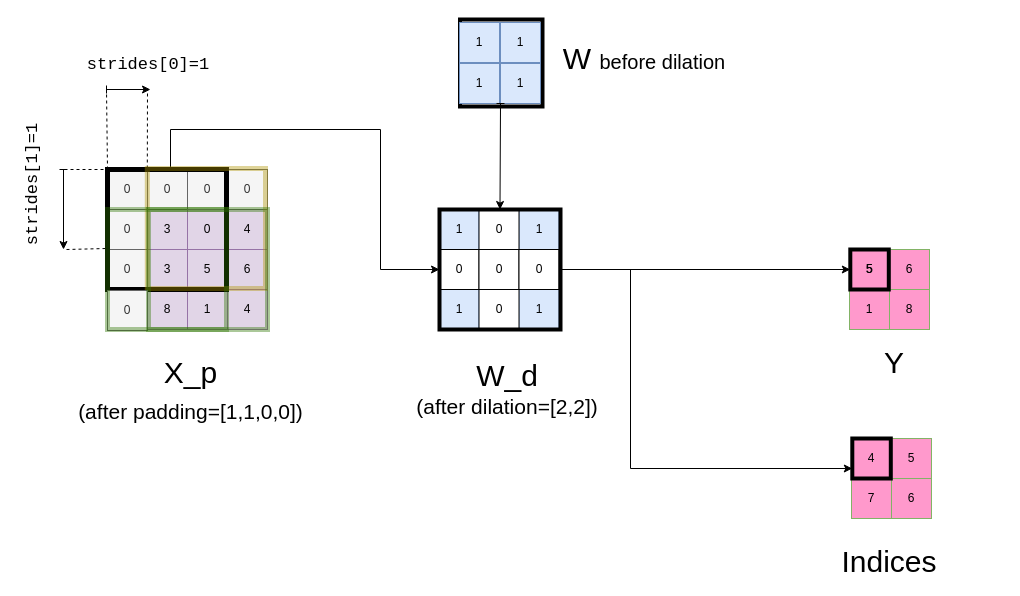
onnx/working-groups keeps this draw.io diagram as page "MaxPool with dilation" (1 of 7) of safety-related-profile/sonnx/ops/spec/informal/maxpool/assets/drawio/onnx_maxpool.drawio. Above is the earlier version. Source tidied: cells renumbered, new cells numbered last; positions are measured from the earlier drawing's top-left corner, leaving out a move shared by most shapes. Both pictures are drawn from the tidied source at 100%, with x=0, y=0 at pixel (2, 19).
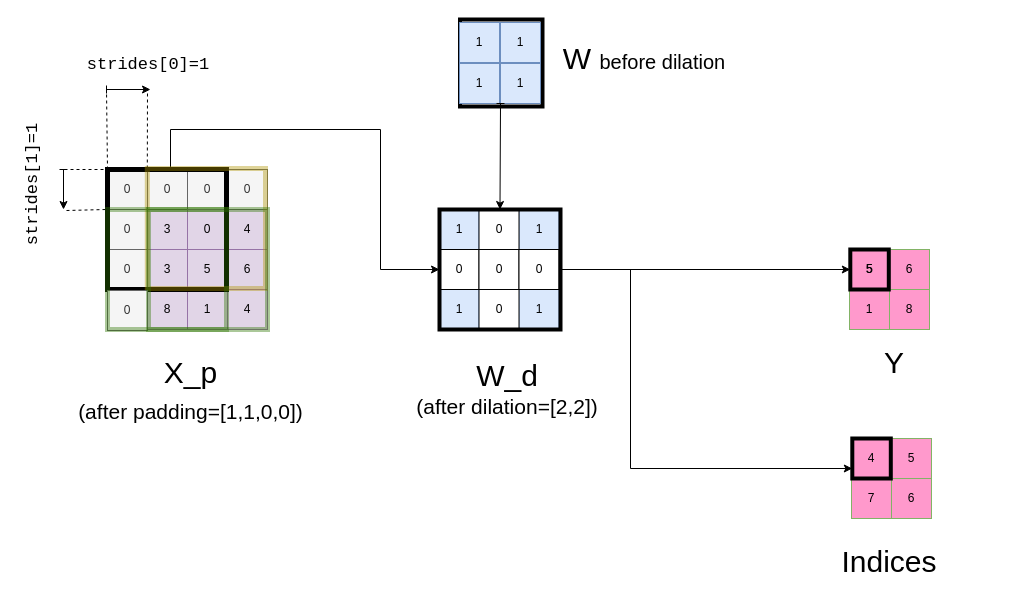
The same diagram, later.

Unchanged cells that the change refers to:
```xml
<mxCell id="63" style="rounded=0;whiteSpace=wrap;html=1;fillColor=none;strokeWidth=5;opacity=40;strokeColor=#2D7600;align=center;verticalAlign=middle;fontFamily=Helvetica;fontSize=12;fontColor=#ffffff;" parent="1" vertex="1">
  <mxGeometry x="105" y="190" width="119" height="120" as="geometry" />
</mxCell>
```

The edit, as a diff of the source:
```diff
@@
     <mxCell id="27" style="endArrow=classic;startArrow=baseDash;html=1;rounded=0;strokeColor=default;align=center;verticalAlign=middle;fontFamily=Helvetica;fontSize=11;fontColor=default;labelBackgroundColor=default;startFill=0;" parent="1" edge="1">
       <mxGeometry relative="1" as="geometry">
         <mxPoint x="61" y="150" as="sourcePoint" />
-        <mxPoint x="61" y="230" as="targetPoint" />
+        <mxPoint x="61" y="190" as="targetPoint" />
       </mxGeometry>
     </mxCell>
@@
-    <mxCell id="41" style="endArrow=none;dashed=1;html=1;rounded=0;entryX=-0.008;entryY=0.325;entryDx=0;entryDy=0;entryPerimeter=0;" parent="1" edge="1" target="63">
+    <mxCell id="41" style="endArrow=none;dashed=1;html=1;rounded=0;entryX=-0.008;entryY=0.325;entryDx=0;entryDy=0;entryPerimeter=0;" parent="1" edge="1">
       <mxGeometry relative="1" as="geometry">
-        <mxPoint x="64" y="230" as="sourcePoint" />
+        <mxPoint x="64" y="191" as="sourcePoint" />
+        <mxPoint x="104" y="190" as="targetPoint" />
       </mxGeometry>
     </mxCell>
```
